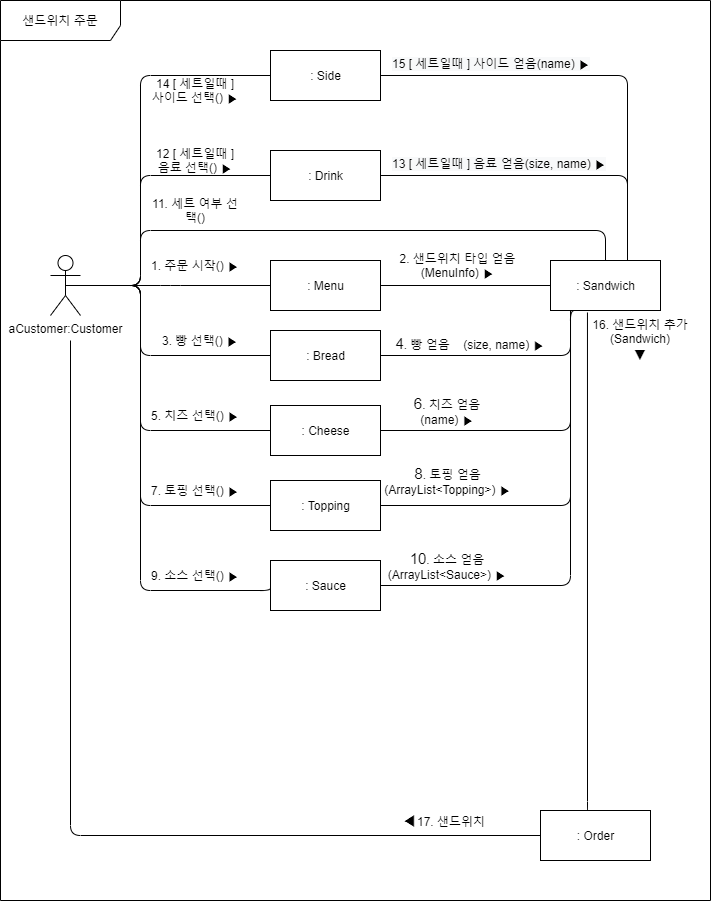
Earlier version of the draw.io export 상세명세서/Behavioral Model/communication diagram/select sandwich2.png (distroytest/KNUSD-20202-Team05). Source tidied: cells renumbered, new cells last; positions are measured from the earlier drawing's top-left corner, leaving out a move shared by most shapes.
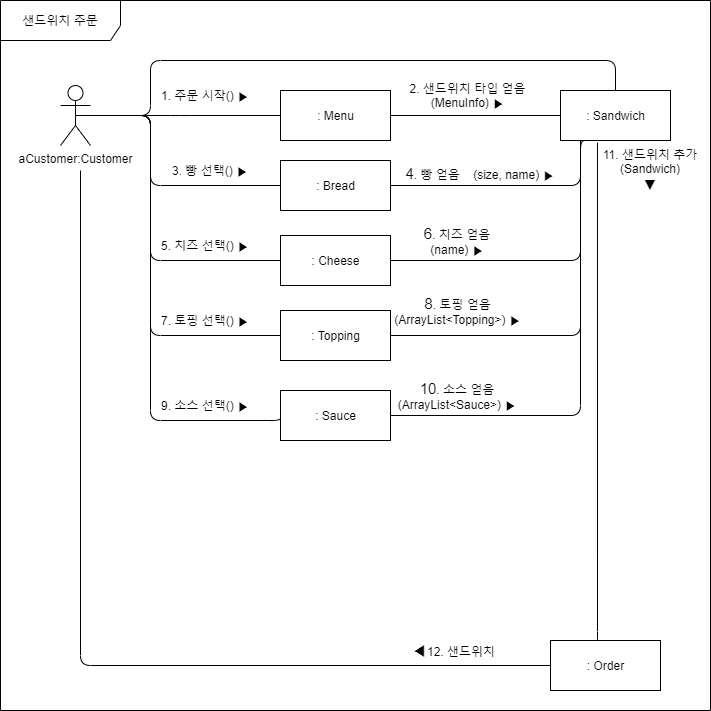
After the change.

Diff of the diagram source:
```diff
@@ -34,7 +34,7 @@
       <mxGeometry x="397.2" y="555" width="100" height="20" as="geometry" />
     </mxCell>
     <mxCell id="11" value="샌드위치 주문" style="shape=umlFrame;whiteSpace=wrap;html=1;width=120;height=40;" parent="1" vertex="1">
-      <mxGeometry width="710" height="900" as="geometry" />
+      <mxGeometry x="-10" y="170" width="710" height="710" as="geometry" />
     </mxCell>
     <mxCell id="12" value=": Sauce" style="html=1;" parent="1" vertex="1">
       <mxGeometry x="270" y="560" width="110" height="50" as="geometry" />
@@ -100,13 +100,6 @@
         <mxPoint x="570" y="310" as="targetPoint" />
       </mxGeometry>
     </mxCell>
-    <mxCell id="25" style="endArrow=none;html=1;edgeStyle=orthogonalEdgeStyle;exitX=1;exitY=0.5;exitDx=0;exitDy=0;entryX=0.7;entryY=-0.04;entryDx=0;entryDy=0;entryPerimeter=0;" parent="1" edge="1" source="37" target="6">
-      <mxGeometry relative="1" as="geometry">
-        <Array as="points">
-          <mxPoint x="627" y="175" />
-        </Array>
-      </mxGeometry>
-    </mxCell>
     <mxCell id="26" style="endArrow=none;html=1;edgeStyle=orthogonalEdgeStyle;entryX=0;entryY=0.5;entryDx=0;entryDy=0;" parent="1" edge="1" target="19">
       <mxGeometry relative="1" as="geometry">
         <mxPoint x="67" y="285" as="sourcePoint" />
@@ -162,54 +155,10 @@
         </Array>
       </mxGeometry>
     </mxCell>
-    <mxCell id="35" value="11. 세트 여부 선택()" style="text;html=1;strokeColor=none;fillColor=none;align=center;verticalAlign=middle;whiteSpace=wrap;rounded=0;" parent="1" vertex="1">
-      <mxGeometry x="150" y="200" width="90" height="20" as="geometry" />
-    </mxCell>
-    <mxCell id="36" value=": Side" style="html=1;" parent="1" vertex="1">
-      <mxGeometry x="270" y="50" width="110" height="50" as="geometry" />
-    </mxCell>
-    <mxCell id="37" value=": Drink" style="html=1;" parent="1" vertex="1">
-      <mxGeometry x="270" y="150" width="110" height="50" as="geometry" />
-    </mxCell>
-    <mxCell id="38" style="endArrow=none;html=1;edgeStyle=orthogonalEdgeStyle;entryX=0;entryY=0.5;entryDx=0;entryDy=0;exitX=0.5;exitY=0.5;exitDx=0;exitDy=0;exitPerimeter=0;" parent="1" edge="1" source="2" target="37">
-      <mxGeometry relative="1" as="geometry">
-        <Array as="points">
-          <mxPoint x="140" y="285" />
-          <mxPoint x="140" y="175" />
-        </Array>
-      </mxGeometry>
-    </mxCell>
-    <mxCell id="39" style="endArrow=none;html=1;edgeStyle=orthogonalEdgeStyle;entryX=0;entryY=0.5;entryDx=0;entryDy=0;exitX=0.5;exitY=0.5;exitDx=0;exitDy=0;exitPerimeter=0;" parent="1" edge="1" source="2" target="36">
-      <mxGeometry relative="1" as="geometry">
-        <Array as="points">
-          <mxPoint x="140" y="285" />
-          <mxPoint x="140" y="75" />
-        </Array>
-      </mxGeometry>
-    </mxCell>
-    <mxCell id="40" value="12 [ 세트일때 ] 음료 선택() ▶" style="text;html=1;strokeColor=none;fillColor=none;align=center;verticalAlign=middle;whiteSpace=wrap;rounded=0;" parent="1" vertex="1">
-      <mxGeometry x="150" y="150" width="90" height="20" as="geometry" />
-    </mxCell>
-    <mxCell id="41" value="14 [ 세트일때 ] 사이드 선택() ▶" style="text;html=1;strokeColor=none;fillColor=none;align=center;verticalAlign=middle;whiteSpace=wrap;rounded=0;" parent="1" vertex="1">
-      <mxGeometry x="150" y="80" width="90" height="20" as="geometry" />
-    </mxCell>
-    <mxCell id="42" style="endArrow=none;html=1;edgeStyle=orthogonalEdgeStyle;entryX=0.7;entryY=0;entryDx=0;entryDy=0;entryPerimeter=0;exitX=1;exitY=0.5;exitDx=0;exitDy=0;" parent="1" edge="1" source="36" target="6">
-      <mxGeometry relative="1" as="geometry">
-        <Array as="points">
-          <mxPoint x="627" y="75" />
-        </Array>
-      </mxGeometry>
-    </mxCell>
-    <mxCell id="43" value="&lt;span style=&quot;color: rgb(0 , 0 , 0) ; font-family: &amp;#34;helvetica&amp;#34; ; font-size: 12px ; font-style: normal ; font-weight: 400 ; letter-spacing: normal ; text-align: center ; text-indent: 0px ; text-transform: none ; word-spacing: 0px ; background-color: rgb(248 , 249 , 250) ; display: inline ; float: none&quot;&gt;13 [ 세트일때 ] 음료 얻음(size, name) ▶&lt;/span&gt;" style="text;whiteSpace=wrap;html=1;" parent="1" vertex="1">
-      <mxGeometry x="390" y="150" width="230" height="30" as="geometry" />
-    </mxCell>
-    <mxCell id="44" value="&lt;span style=&quot;color: rgb(0 , 0 , 0) ; font-family: &amp;#34;helvetica&amp;#34; ; font-size: 12px ; font-style: normal ; font-weight: 400 ; letter-spacing: normal ; text-align: center ; text-indent: 0px ; text-transform: none ; word-spacing: 0px ; background-color: rgb(248 , 249 , 250) ; display: inline ; float: none&quot;&gt;15 [ 세트일때 ] 사이드 얻음(name) ▶&lt;/span&gt;" style="text;whiteSpace=wrap;html=1;" parent="1" vertex="1">
-      <mxGeometry x="390" y="50" width="212.8" height="30" as="geometry" />
-    </mxCell>
-    <mxCell id="45" value="16. 샌드위치 추가(Sandwich)&lt;br&gt;&lt;span style=&quot;font-family: , sans-serif ; font-size: 15px ; background-color: rgb(255 , 255 , 255)&quot;&gt;▼&lt;/span&gt;" style="text;html=1;strokeColor=none;fillColor=none;align=center;verticalAlign=middle;whiteSpace=wrap;rounded=0;" parent="1" vertex="1">
+    <mxCell id="45" value="11. 샌드위치 추가(Sandwich)&lt;br&gt;&lt;span style=&quot;font-family: , sans-serif ; font-size: 15px ; background-color: rgb(255 , 255 , 255)&quot;&gt;▼&lt;/span&gt;" style="text;html=1;strokeColor=none;fillColor=none;align=center;verticalAlign=middle;whiteSpace=wrap;rounded=0;" parent="1" vertex="1">
       <mxGeometry x="590" y="330" width="100" height="20" as="geometry" />
     </mxCell>
-    <mxCell id="46" value="&lt;span style=&quot;font-family: , sans-serif ; font-size: 15px ; background-color: rgb(255 , 255 , 255)&quot;&gt;◀&lt;/span&gt;17. 샌드위치" style="text;html=1;strokeColor=none;fillColor=none;align=center;verticalAlign=middle;whiteSpace=wrap;rounded=0;" parent="1" vertex="1">
+    <mxCell id="46" value="&lt;span style=&quot;font-family: , sans-serif ; font-size: 15px ; background-color: rgb(255 , 255 , 255)&quot;&gt;◀&lt;/span&gt;12. 샌드위치" style="text;html=1;strokeColor=none;fillColor=none;align=center;verticalAlign=middle;whiteSpace=wrap;rounded=0;" parent="1" vertex="1">
       <mxGeometry x="397" y="810" width="93" height="20" as="geometry" />
     </mxCell>
   </root>
```
